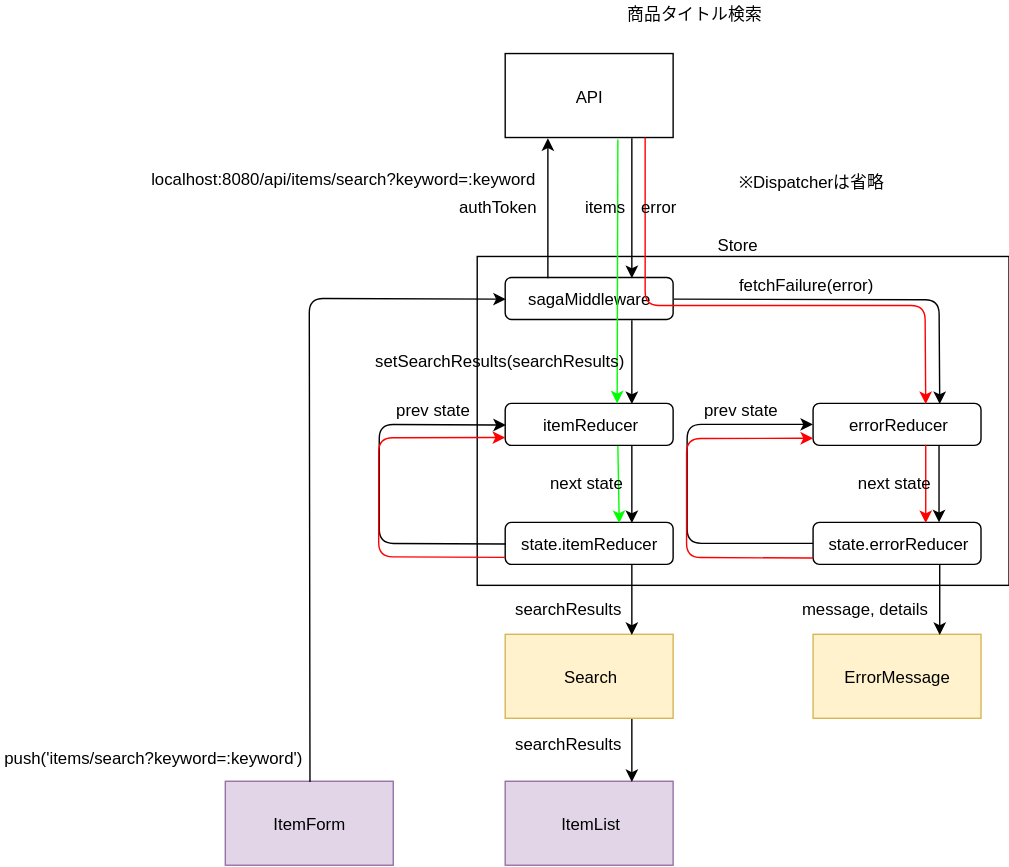
emgniddikur/react-app keeps this draw.io diagram as diagram/dataFlow/search.svg. Above is the earlier version. Source tidied: cells renumbered, new cells last; positions are measured from the earlier drawing's top-left corner, leaving out a move shared by most shapes.
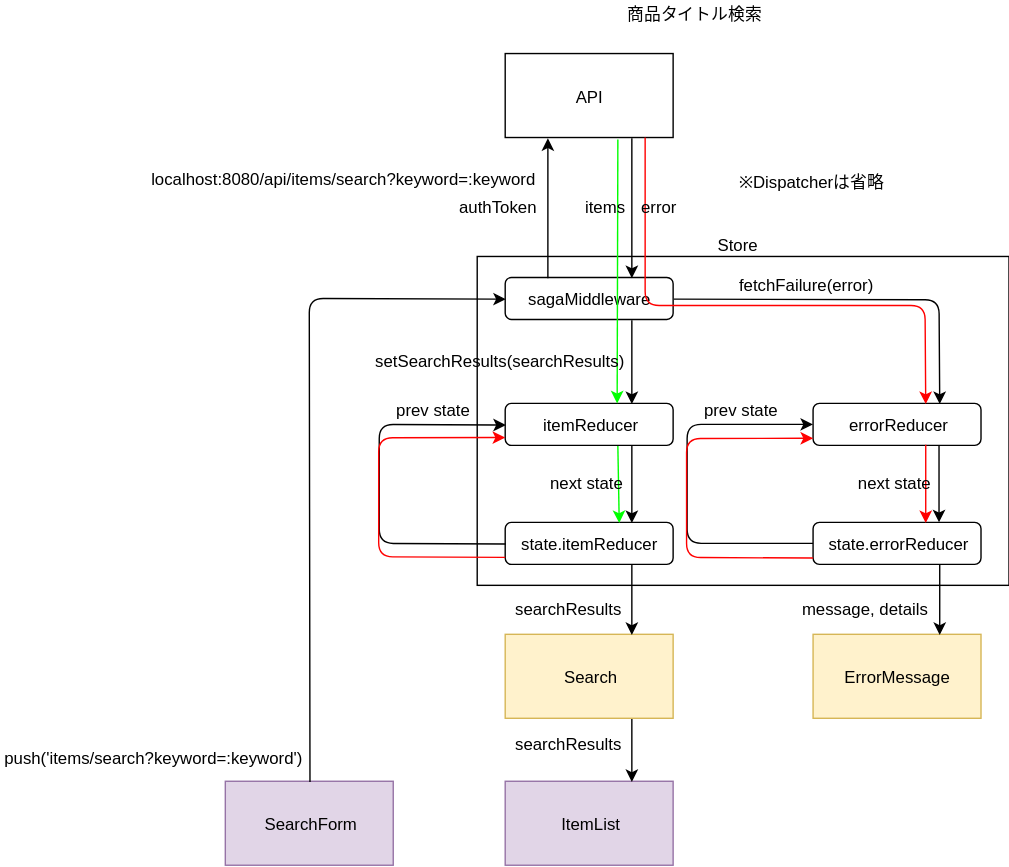
The same file after the commit.

Change to the diagram source:
```diff
@@ -89,7 +89,7 @@
     <mxCell id="23" value="ItemList" style="rounded=0;whiteSpace=wrap;html=1;fillColor=#e1d5e7;strokeColor=#9673a6;" parent="1" vertex="1">
       <mxGeometry x="359.5" y="557.5" width="120" height="60" as="geometry" />
     </mxCell>
-    <mxCell id="24" value="ItemForm" style="rounded=0;whiteSpace=wrap;html=1;fillColor=#e1d5e7;strokeColor=#9673a6;" parent="1" vertex="1">
+    <mxCell id="24" value="SearchForm" style="rounded=0;whiteSpace=wrap;html=1;fillColor=#e1d5e7;strokeColor=#9673a6;" parent="1" vertex="1">
       <mxGeometry x="159.5" y="557.5" width="120" height="60" as="geometry" />
     </mxCell>
     <mxCell id="25" value="ErrorMessage" style="rounded=0;whiteSpace=wrap;html=1;fillColor=#fff2cc;strokeColor=#d6b656;" parent="1" vertex="1">
```
